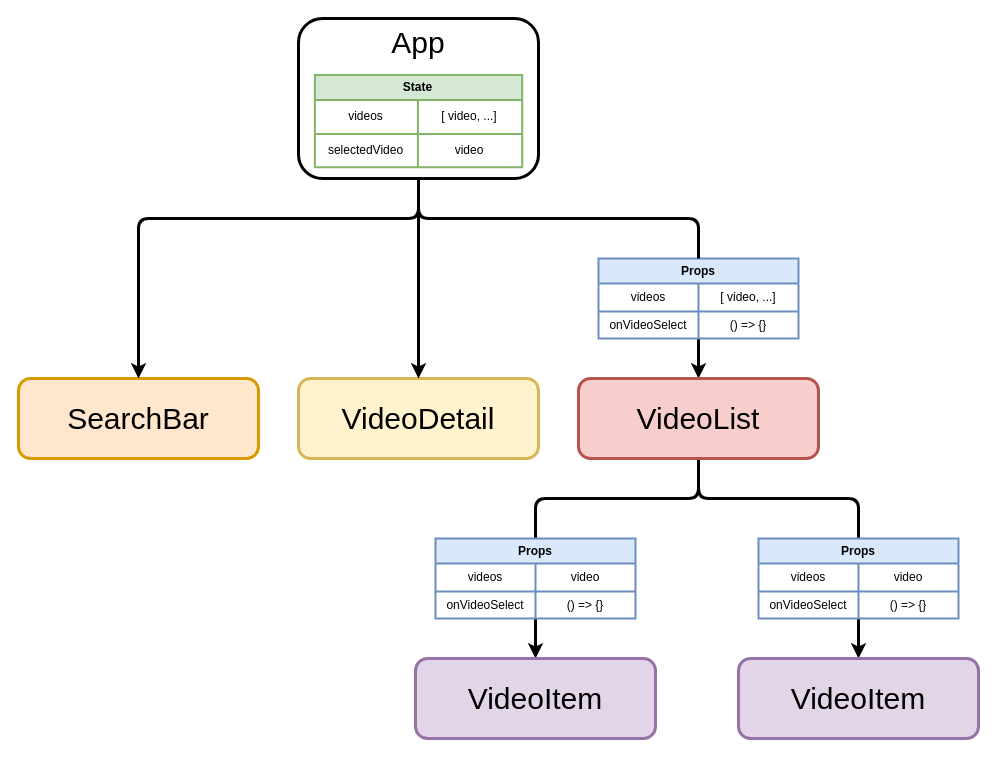
Before: page "Props&State" (2 of 2) of Projects/Videos.drawio in jeesewu/Diagrams-Storage, a draw.io diagram. Source tidied: cells renumbered, new cells numbered last; positions are measured from the earlier drawing's top-left corner, leaving out a move shared by most shapes. Both pictures are drawn from the tidied source at 100%, with x=0, y=0 at pixel (18, 18).
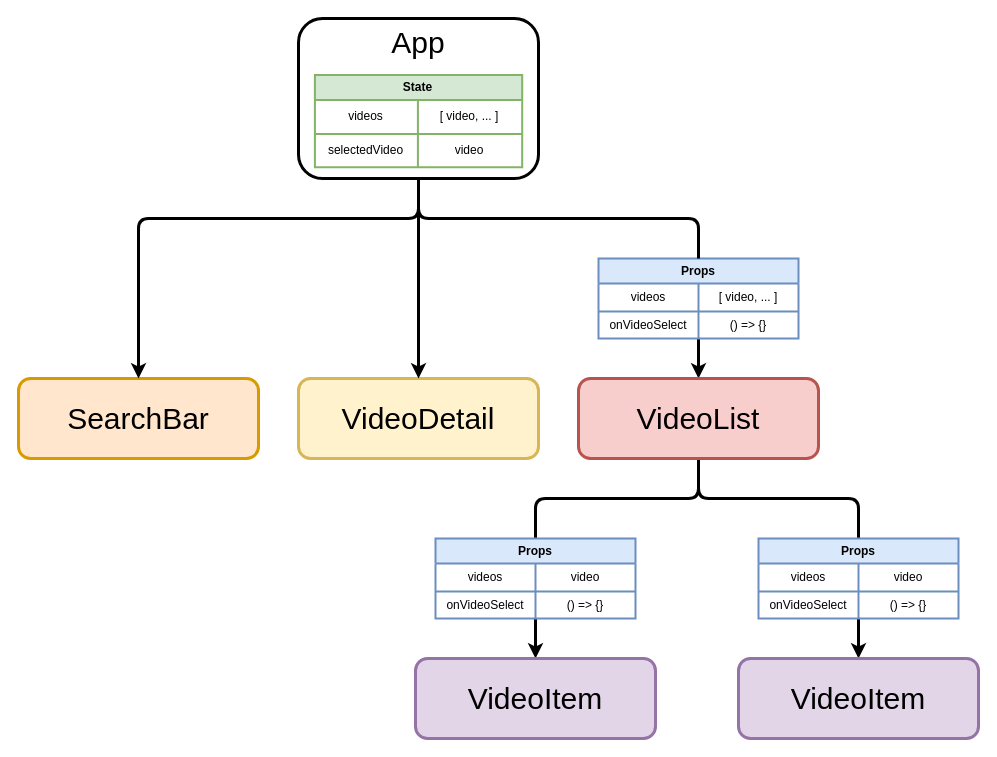
The same diagram, later.

Unchanged cells that the change refers to:
```xml
<mxCell id="5" style="shape=partialRectangle;html=1;whiteSpace=wrap;fillColor=none;top=0;left=0;bottom=0;right=0;rounded=1;" parent="4" vertex="1">
  <mxGeometry y="25" width="207.3" height="34" as="geometry" />
</mxCell>
<mxCell id="14" style="shape=partialRectangle;html=1;whiteSpace=wrap;fillColor=none;top=0;left=0;bottom=0;right=0;rounded=1;" parent="13" vertex="1">
  <mxGeometry y="25" width="200" height="28" as="geometry" />
</mxCell>
```

Change to the diagram source:
```diff
@@
-    <mxCell id="7" value="[ video, ...]" style="shape=partialRectangle;html=1;whiteSpace=wrap;fillColor=none;top=0;left=0;bottom=0;right=0;overflow=hidden;rounded=1;" parent="5" vertex="1">
+    <mxCell id="7" value="[ video, ... ]" style="shape=partialRectangle;html=1;whiteSpace=wrap;fillColor=none;top=0;left=0;bottom=0;right=0;overflow=hidden;rounded=1;" parent="5" vertex="1">
       <mxGeometry x="103" width="104" height="34" as="geometry" />
     </mxCell>
@@
-    <mxCell id="16" value="[ video, ...]" style="shape=partialRectangle;html=1;whiteSpace=wrap;fillColor=none;top=0;left=0;bottom=0;right=0;overflow=hidden;rounded=1;" parent="14" vertex="1">
+    <mxCell id="16" value="[ video, ... ]" style="shape=partialRectangle;html=1;whiteSpace=wrap;fillColor=none;top=0;left=0;bottom=0;right=0;overflow=hidden;rounded=1;" parent="14" vertex="1">
       <mxGeometry x="100" width="100" height="28" as="geometry" />
     </mxCell>
```
